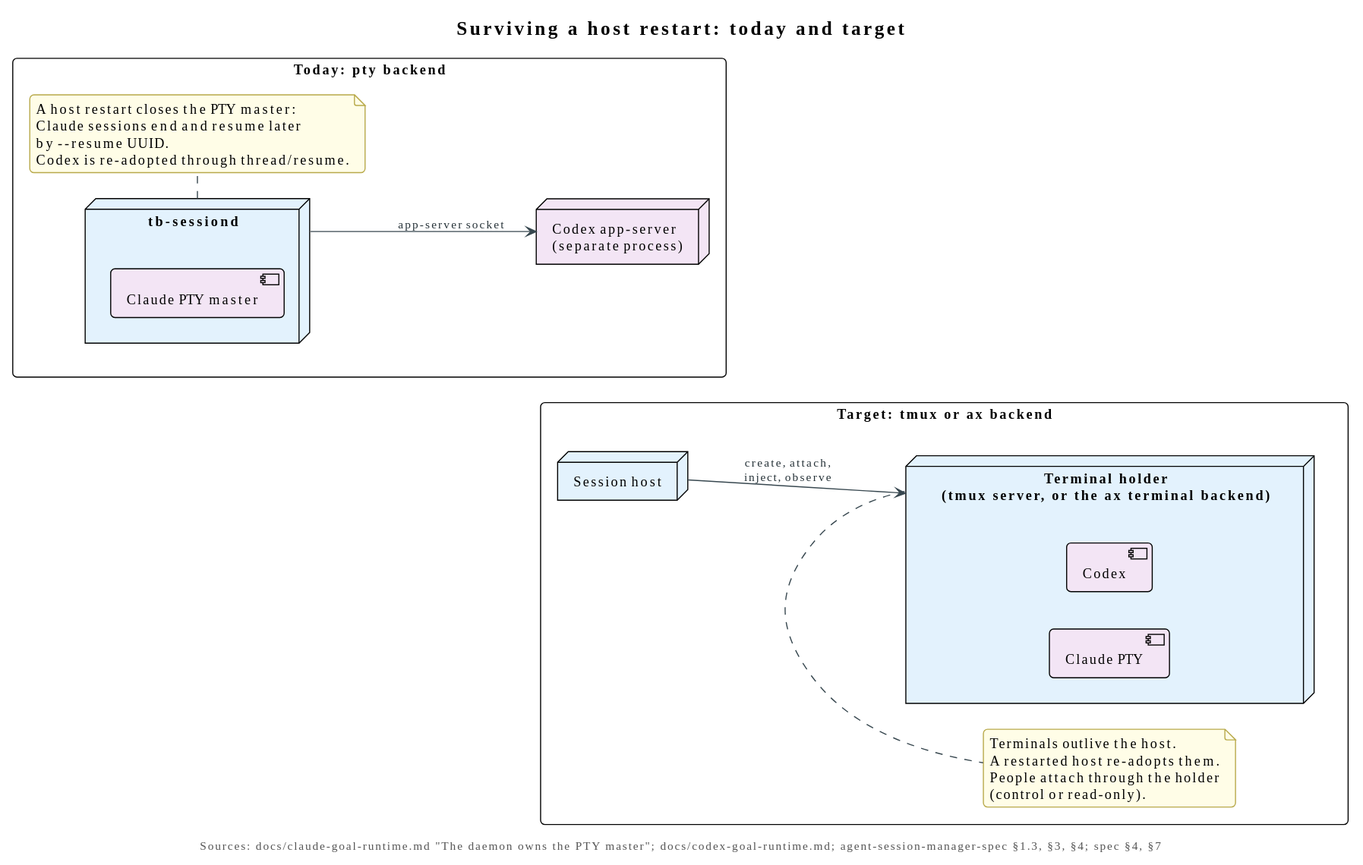
Above: diagrams/artefacts/plantuml/restart-survival.svg in relux-works/agent-session-host (PlantUML), before the change.
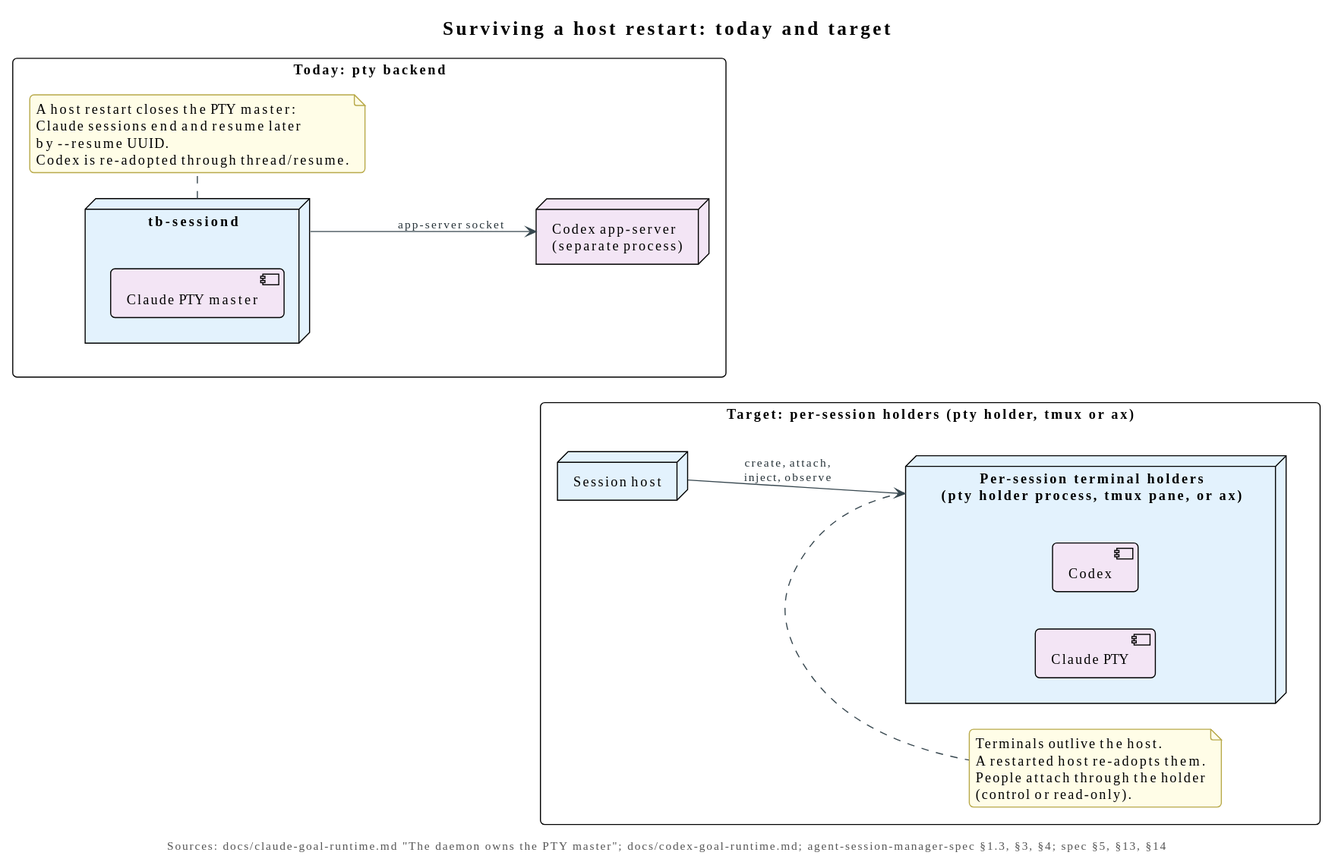
Later version of the same file.

Change to the diagram source:
```diff
@@ -19,9 +19,9 @@
   end note
 }
 
-rectangle "Target: tmux or ax backend" {
+rectangle "Target: per-session holders (pty holder, tmux or ax)" {
   node "Session host" as D2 $SERVICE
-  node "Terminal holder\n(tmux server, or the ax terminal backend)" as T2 $SERVICE {
+  node "Per-session terminal holders\n(pty holder process, tmux pane, or ax)" as T2 $SERVICE {
     component "Claude PTY" as P2 $AGENT
     component "Codex" as C2 $AGENT
   }
@@ -36,5 +36,5 @@
 
 D1 -[hidden]-> D2
 
-caption Sources: docs/claude-goal-runtime.md "The daemon owns the PTY master"; docs/codex-goal-runtime.md; agent-session-manager-spec §1.3, §3, §4; spec §4, §7
+caption Sources: docs/claude-goal-runtime.md "The daemon owns the PTY master"; docs/codex-goal-runtime.md; agent-session-manager-spec §1.3, §3, §4; spec §5, §13, §14
 @enduml
```
